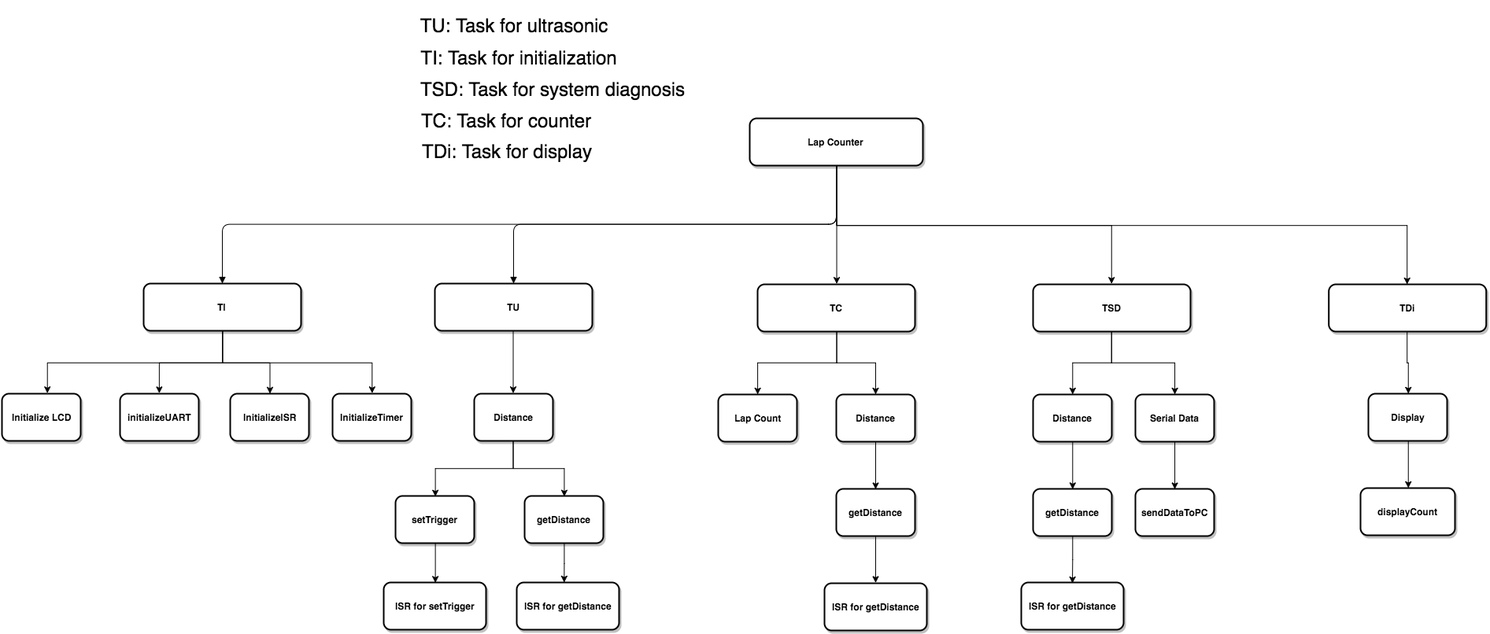
Before: Lap Counter Task Decomposition Graph.png, a diagram exported from draw.io (myunusseker/CmpE443---Group-Adamlar). Source tidied: cells renumbered, new cells last; positions are measured from the earlier drawing's top-left corner, leaving out a move shared by most shapes.
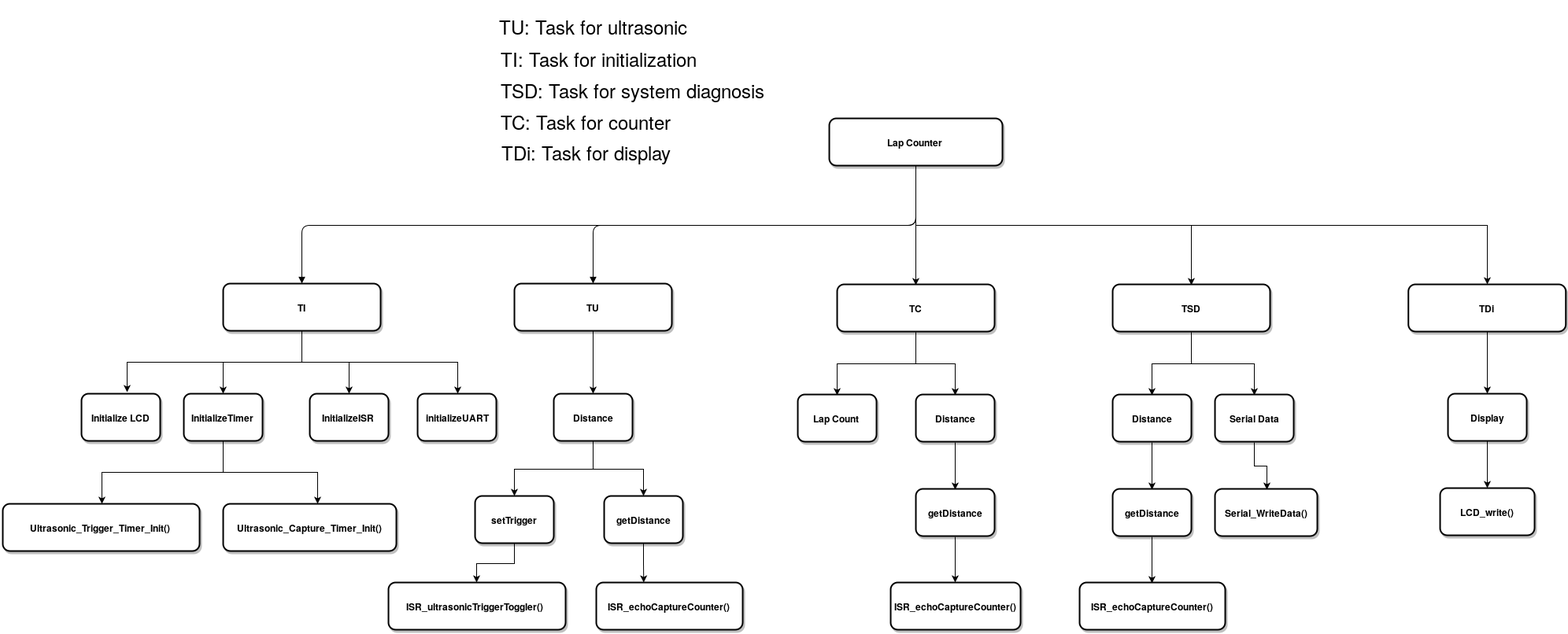
The same diagram one commit later.

The edit, as a diff of the source:
```diff
@@ -59,14 +59,28 @@
       <mxGeometry as="geometry" />
     </mxCell>
     <mxCell id="19" value="initializeUART" style="rounded=1;fillColor=#FFFFFF;strokeColor=#000000;shadow=1;gradientColor=none;fontStyle=1;html=1;strokeWidth=2;" parent="1" vertex="1">
-      <mxGeometry x="150" y="498" width="100" height="60" as="geometry" />
+      <mxGeometry x="427" y="498" width="100" height="60" as="geometry" />
     </mxCell>
     <mxCell id="20" value="InitializeISR" style="rounded=1;fillColor=#FFFFFF;strokeColor=#000000;shadow=1;gradientColor=none;fontStyle=1;html=1;strokeWidth=2;" parent="1" vertex="1">
       <mxGeometry x="290" y="498" width="100" height="60" as="geometry" />
     </mxCell>
+    <mxCell id="58" style="edgeStyle=orthogonalEdgeStyle;rounded=0;html=1;labelBackgroundColor=none;endArrow=classic;endFill=1;jettySize=auto;fontSize=9;" parent="1" edge="1" source="21" target="60">
+      <mxGeometry relative="1" as="geometry">
+        <Array as="points">
+          <mxPoint x="180" y="598" />
+          <mxPoint x="300" y="598" />
+        </Array>
+      </mxGeometry>
+    </mxCell>
+    <mxCell id="59" style="edgeStyle=orthogonalEdgeStyle;rounded=0;html=1;exitX=0.5;exitY=1;entryX=0.5;entryY=0;labelBackgroundColor=none;endArrow=classic;endFill=1;jettySize=auto;fontSize=9;" parent="1" edge="1" source="21" target="61">
+      <mxGeometry relative="1" as="geometry" />
+    </mxCell>
     <mxCell id="21" value="InitializeTimer" style="rounded=1;fillColor=#FFFFFF;strokeColor=#000000;shadow=1;gradientColor=none;fontStyle=1;html=1;strokeWidth=2;" parent="1" vertex="1">
-      <mxGeometry x="420" y="498" width="100" height="60" as="geometry" />
+      <mxGeometry x="130" y="498" width="100" height="60" as="geometry" />
     </mxCell>
+    <mxCell id="60" value="Ultrasonic_Capture_Timer_Init()" style="rounded=1;fillColor=#FFFFFF;strokeColor=#000000;shadow=1;gradientColor=none;fontStyle=1;html=1;strokeWidth=2;" parent="1" vertex="1">
+      <mxGeometry x="180" y="638" width="220" height="60" as="geometry" />
+    </mxCell>
     <mxCell id="22" style="edgeStyle=orthogonalEdgeStyle;rounded=0;html=1;exitX=0.5;exitY=1;entryX=0.5;entryY=0;jettySize=auto;" parent="1" edge="1" source="24" target="26">
       <mxGeometry relative="1" as="geometry" />
     </mxCell>
@@ -87,8 +101,8 @@
     <mxCell id="27" value="&lt;font style=&quot;font-size: 24px&quot;&gt;TU: Task for ultrasonic&lt;/font&gt;" style="text;html=1;strokeColor=none;fillColor=none;align=center;verticalAlign=middle;whiteSpace=wrap;flipV=0;flipH=1;" parent="1" vertex="1">
       <mxGeometry x="520" width="260" height="60" as="geometry" />
     </mxCell>
-    <mxCell id="28" value="ISR for getDistance" style="rounded=1;fillColor=#FFFFFF;strokeColor=#000000;shadow=1;gradientColor=none;fontStyle=1;html=1;strokeWidth=2;" parent="1" vertex="1">
-      <mxGeometry x="654" y="738" width="130" height="60" as="geometry" />
+    <mxCell id="28" value="ISR_echoCaptureCounter()" style="rounded=1;fillColor=#FFFFFF;strokeColor=#000000;shadow=1;gradientColor=none;fontStyle=1;html=1;strokeWidth=2;" parent="1" vertex="1">
+      <mxGeometry x="654" y="738" width="186" height="60" as="geometry" />
     </mxCell>
     <mxCell id="29" value="&lt;font style=&quot;font-size: 24px&quot;&gt;TI: Task for initialization&lt;/font&gt;" style="text;html=1;strokeColor=none;fillColor=none;align=center;verticalAlign=middle;whiteSpace=wrap;flipV=0;flipH=1;" parent="1" vertex="1">
       <mxGeometry x="527" y="41" width="260" height="60" as="geometry" />
@@ -123,8 +137,8 @@
     <mxCell id="39" value="getDistance" style="rounded=1;fillColor=#FFFFFF;strokeColor=#000000;shadow=1;gradientColor=none;fontStyle=1;html=1;strokeWidth=2;" parent="1" vertex="1">
       <mxGeometry x="1060" y="619" width="100" height="60" as="geometry" />
     </mxCell>
-    <mxCell id="40" value="ISR for getDistance" style="rounded=1;fillColor=#FFFFFF;strokeColor=#000000;shadow=1;gradientColor=none;fontStyle=1;html=1;strokeWidth=2;" parent="1" vertex="1">
-      <mxGeometry x="1045" y="739" width="130" height="60" as="geometry" />
+    <mxCell id="40" value="ISR_echoCaptureCounter()" style="rounded=1;fillColor=#FFFFFF;strokeColor=#000000;shadow=1;gradientColor=none;fontStyle=1;html=1;strokeWidth=2;" parent="1" vertex="1">
+      <mxGeometry x="1028" y="738" width="165" height="60" as="geometry" />
     </mxCell>
     <mxCell id="41" style="edgeStyle=orthogonalEdgeStyle;rounded=0;html=1;jettySize=auto;" parent="1" edge="1" source="42" target="45">
       <mxGeometry relative="1" as="geometry" />
@@ -141,7 +155,7 @@
     <mxCell id="45" value="Display" style="rounded=1;fillColor=#FFFFFF;strokeColor=#000000;shadow=1;gradientColor=none;fontStyle=1;html=1;strokeWidth=2;" parent="1" vertex="1">
       <mxGeometry x="1736" y="498" width="100" height="60" as="geometry" />
     </mxCell>
-    <mxCell id="46" value="displayCount" style="rounded=1;fillColor=#FFFFFF;strokeColor=#000000;shadow=1;gradientColor=none;fontStyle=1;html=1;strokeWidth=2;" parent="1" vertex="1">
+    <mxCell id="46" value="LCD_write()" style="rounded=1;fillColor=#FFFFFF;strokeColor=#000000;shadow=1;gradientColor=none;fontStyle=1;html=1;strokeWidth=2;" parent="1" vertex="1">
       <mxGeometry x="1726" y="618" width="120" height="60" as="geometry" />
     </mxCell>
     <mxCell id="47" style="edgeStyle=orthogonalEdgeStyle;rounded=0;html=1;exitX=0.5;exitY=1;entryX=0.5;entryY=0;jettySize=auto;" parent="1" edge="1" source="48" target="50">
@@ -158,8 +172,8 @@
     <mxCell id="50" value="getDistance" style="rounded=1;fillColor=#FFFFFF;strokeColor=#000000;shadow=1;gradientColor=none;fontStyle=1;html=1;strokeWidth=2;" parent="1" vertex="1">
       <mxGeometry x="1310" y="619" width="100" height="60" as="geometry" />
     </mxCell>
-    <mxCell id="51" value="ISR for getDistance" style="rounded=1;fillColor=#FFFFFF;strokeColor=#000000;shadow=1;gradientColor=none;fontStyle=1;html=1;strokeWidth=2;" parent="1" vertex="1">
-      <mxGeometry x="1295" y="738" width="130" height="60" as="geometry" />
+    <mxCell id="51" value="ISR_echoCaptureCounter()" style="rounded=1;fillColor=#FFFFFF;strokeColor=#000000;shadow=1;gradientColor=none;fontStyle=1;html=1;strokeWidth=2;" parent="1" vertex="1">
+      <mxGeometry x="1268" y="738" width="185" height="60" as="geometry" />
     </mxCell>
     <mxCell id="52" style="edgeStyle=orthogonalEdgeStyle;rounded=0;html=1;exitX=0.5;exitY=1;entryX=0.5;entryY=0;jettySize=auto;" parent="1" edge="1" source="53" target="54">
       <mxGeometry relative="1" as="geometry" />
@@ -167,8 +181,8 @@
     <mxCell id="53" value="Serial Data" style="rounded=1;fillColor=#FFFFFF;strokeColor=#000000;shadow=1;gradientColor=none;fontStyle=1;html=1;strokeWidth=2;" parent="1" vertex="1">
       <mxGeometry x="1440" y="499" width="100" height="60" as="geometry" />
     </mxCell>
-    <mxCell id="54" value="sendDataToPC" style="rounded=1;fillColor=#FFFFFF;strokeColor=#000000;shadow=1;gradientColor=none;fontStyle=1;html=1;strokeWidth=2;" parent="1" vertex="1">
-      <mxGeometry x="1440" y="619" width="100" height="60" as="geometry" />
+    <mxCell id="54" value="Serial_WriteData()" style="rounded=1;fillColor=#FFFFFF;strokeColor=#000000;shadow=1;gradientColor=none;fontStyle=1;html=1;strokeWidth=2;" parent="1" vertex="1">
+      <mxGeometry x="1440" y="619" width="130" height="60" as="geometry" />
     </mxCell>
     <mxCell id="55" style="edgeStyle=orthogonalEdgeStyle;rounded=0;html=1;exitX=0.5;exitY=1;entryX=0.5;entryY=0;jettySize=auto;" parent="1" edge="1" source="56" target="57">
       <mxGeometry relative="1" as="geometry" />
@@ -176,8 +190,11 @@
     <mxCell id="56" value="setTrigger" style="rounded=1;fillColor=#FFFFFF;strokeColor=#000000;shadow=1;gradientColor=none;fontStyle=1;html=1;strokeWidth=2;" parent="1" vertex="1">
       <mxGeometry x="500" y="628" width="100" height="60" as="geometry" />
     </mxCell>
-    <mxCell id="57" value="ISR for setTrigger" style="rounded=1;fillColor=#FFFFFF;strokeColor=#000000;shadow=1;gradientColor=none;fontStyle=1;html=1;strokeWidth=2;" parent="1" vertex="1">
-      <mxGeometry x="485" y="738" width="130" height="60" as="geometry" />
+    <mxCell id="57" value="ISR_ultrasonicTriggerToggler()" style="rounded=1;fillColor=#FFFFFF;strokeColor=#000000;shadow=1;gradientColor=none;fontStyle=1;html=1;strokeWidth=2;" parent="1" vertex="1">
+      <mxGeometry x="390" y="738" width="225" height="60" as="geometry" />
     </mxCell>
+    <mxCell id="61" value="Ultrasonic_Trigger_Timer_Init()" style="rounded=1;fillColor=#FFFFFF;strokeColor=#000000;shadow=1;gradientColor=none;fontStyle=1;html=1;strokeWidth=2;" parent="1" vertex="1">
+      <mxGeometry x="-100" y="638" width="250" height="60" as="geometry" />
+    </mxCell>
   </root>
 </mxGraphModel>
```
